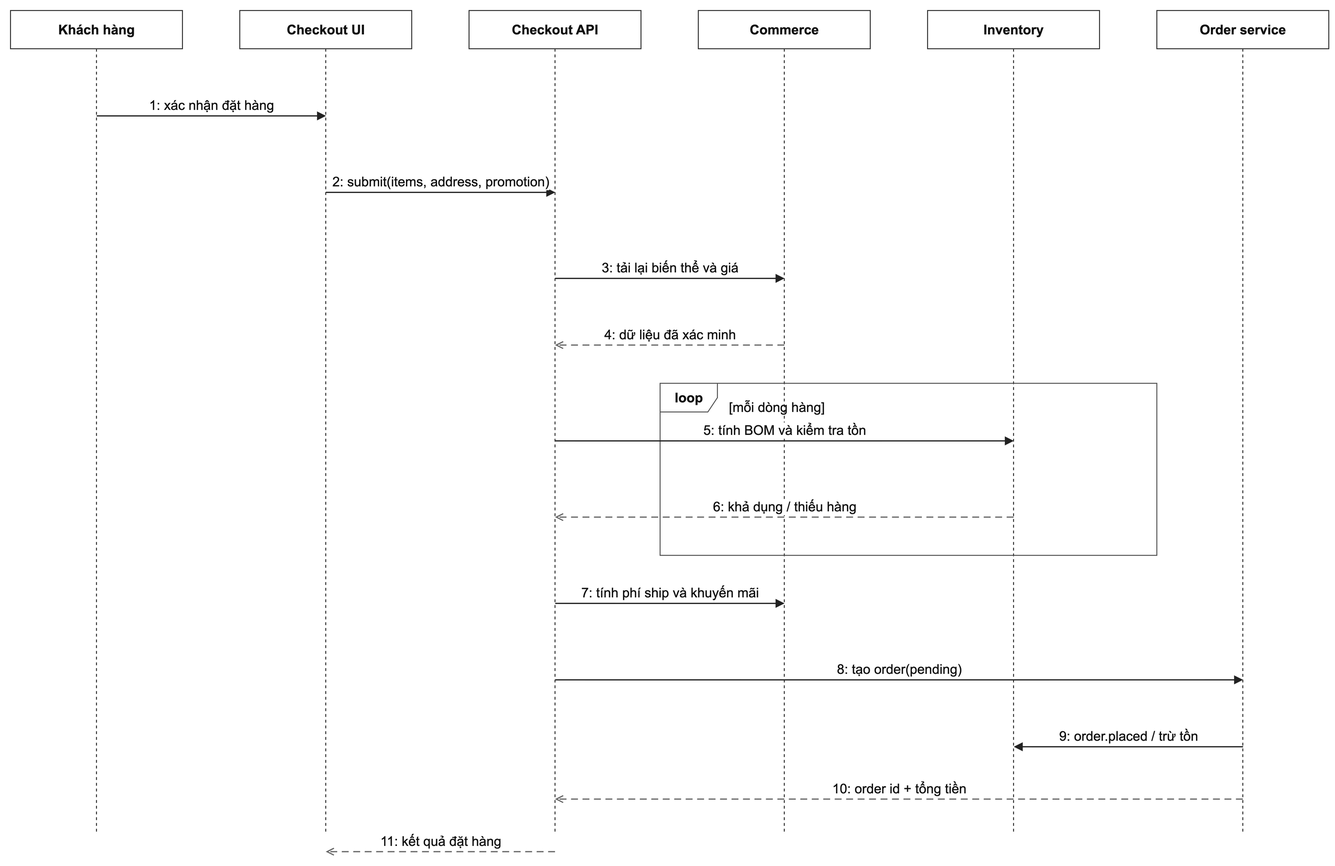
Before: docs/report/images/checkout-sequence.drawio.png, a diagram exported from draw.io (pathust/mong.fruitboxz). Source tidied: cells renumbered, new cells last; positions are measured from the earlier drawing's top-left corner, leaving out a move shared by most shapes. The source it was exported from:
```xml
<mxGraphModel>
  <root>
    <mxCell id="0" />
    <mxCell id="1" parent="0" />
    <mxCell id="2" value="Khách hàng" style="shape=umlLifeline;perimeter=lifelinePerimeter;whiteSpace=wrap;html=1;fillColor=#FFFFFF;strokeColor=#333333;fontStyle=1;fontFamily=Arial;fontSize=14;fontColor=#111111;" parent="1" vertex="1">
      <mxGeometry width="180" height="860" as="geometry" />
    </mxCell>
    <mxCell id="3" value="Checkout UI" style="shape=umlLifeline;perimeter=lifelinePerimeter;whiteSpace=wrap;html=1;fillColor=#FFFFFF;strokeColor=#333333;fontStyle=1;fontFamily=Arial;fontSize=14;fontColor=#111111;" parent="1" vertex="1">
      <mxGeometry x="240" width="180" height="860" as="geometry" />
    </mxCell>
    <mxCell id="4" value="Checkout API" style="shape=umlLifeline;perimeter=lifelinePerimeter;whiteSpace=wrap;html=1;fillColor=#FFFFFF;strokeColor=#333333;fontStyle=1;fontFamily=Arial;fontSize=14;fontColor=#111111;" parent="1" vertex="1">
      <mxGeometry x="480" width="180" height="860" as="geometry" />
    </mxCell>
    <mxCell id="5" value="Commerce" style="shape=umlLifeline;perimeter=lifelinePerimeter;whiteSpace=wrap;html=1;fillColor=#FFFFFF;strokeColor=#333333;fontStyle=1;fontFamily=Arial;fontSize=14;fontColor=#111111;" parent="1" vertex="1">
      <mxGeometry x="720" width="180" height="860" as="geometry" />
    </mxCell>
    <mxCell id="6" value="Inventory" style="shape=umlLifeline;perimeter=lifelinePerimeter;whiteSpace=wrap;html=1;fillColor=#FFFFFF;strokeColor=#333333;fontStyle=1;fontFamily=Arial;fontSize=14;fontColor=#111111;" parent="1" vertex="1">
      <mxGeometry x="960" width="180" height="860" as="geometry" />
    </mxCell>
    <mxCell id="7" value="Order service" style="shape=umlLifeline;perimeter=lifelinePerimeter;whiteSpace=wrap;html=1;fillColor=#FFFFFF;strokeColor=#333333;fontStyle=1;fontFamily=Arial;fontSize=14;fontColor=#111111;" parent="1" vertex="1">
      <mxGeometry x="1200" width="180" height="860" as="geometry" />
    </mxCell>
    <mxCell id="8" value="1: xác nhận đặt hàng" style="html=1;verticalAlign=bottom;endArrow=block;endFill=1;strokeColor=#222222;strokeWidth=1.3;fontFamily=Arial;fontSize=14;fontColor=#111111;" parent="1" edge="1">
      <mxGeometry relative="1" as="geometry">
        <mxPoint x="90" y="110" as="sourcePoint" />
        <mxPoint x="330" y="110" as="targetPoint" />
      </mxGeometry>
    </mxCell>
    <mxCell id="9" value="2: submit(items, address, promotion)" style="html=1;verticalAlign=bottom;endArrow=block;endFill=1;strokeColor=#222222;strokeWidth=1.3;fontFamily=Arial;fontSize=14;fontColor=#111111;" parent="1" edge="1">
      <mxGeometry relative="1" as="geometry">
        <mxPoint x="330" y="190" as="sourcePoint" />
        <mxPoint x="570" y="190" as="targetPoint" />
      </mxGeometry>
    </mxCell>
    <mxCell id="10" value="3: tải lại biến thể và giá" style="html=1;verticalAlign=bottom;endArrow=block;endFill=1;strokeColor=#222222;strokeWidth=1.3;fontFamily=Arial;fontSize=14;fontColor=#111111;" parent="1" edge="1">
      <mxGeometry relative="1" as="geometry">
        <mxPoint x="570" y="280" as="sourcePoint" />
        <mxPoint x="810" y="280" as="targetPoint" />
      </mxGeometry>
    </mxCell>
    <mxCell id="11" value="4: dữ liệu đã xác minh" style="html=1;verticalAlign=bottom;endArrow=open;endFill=0;dashed=1;dashPattern=6 4;strokeColor=#666666;strokeWidth=1.2;fontFamily=Arial;fontSize=14;fontColor=#111111;" parent="1" edge="1">
      <mxGeometry relative="1" as="geometry">
        <mxPoint x="810" y="350" as="sourcePoint" />
        <mxPoint x="570" y="350" as="targetPoint" />
      </mxGeometry>
    </mxCell>
    <mxCell id="12" value="loop" style="shape=umlFrame;whiteSpace=wrap;html=1;fillColor=none;strokeColor=#555555;fontStyle=1;fontFamily=Arial;fontSize=14;fontColor=#111111;" parent="1" vertex="1">
      <mxGeometry x="680" y="390" width="520" height="180" as="geometry" />
    </mxCell>
    <mxCell id="13" value="[mỗi dòng hàng]" style="text;html=1;align=left;verticalAlign=middle;fontFamily=Arial;fontSize=14;fontColor=#111111;" parent="1" vertex="1">
      <mxGeometry x="750" y="400" width="180" height="30" as="geometry" />
    </mxCell>
    <mxCell id="14" value="5: tính BOM và kiểm tra tồn" style="html=1;verticalAlign=bottom;endArrow=block;endFill=1;strokeColor=#222222;strokeWidth=1.3;fontFamily=Arial;fontSize=14;fontColor=#111111;" parent="1" edge="1">
      <mxGeometry relative="1" as="geometry">
        <mxPoint x="570" y="450" as="sourcePoint" />
        <mxPoint x="1050" y="450" as="targetPoint" />
      </mxGeometry>
    </mxCell>
    <mxCell id="15" value="6: khả dụng / thiếu hàng" style="html=1;verticalAlign=bottom;endArrow=open;endFill=0;dashed=1;dashPattern=6 4;strokeColor=#666666;strokeWidth=1.2;fontFamily=Arial;fontSize=14;fontColor=#111111;" parent="1" edge="1">
      <mxGeometry relative="1" as="geometry">
        <mxPoint x="1050" y="530" as="sourcePoint" />
        <mxPoint x="570" y="530" as="targetPoint" />
      </mxGeometry>
    </mxCell>
    <mxCell id="16" value="7: tính phí ship và khuyến mãi" style="html=1;verticalAlign=bottom;endArrow=block;endFill=1;strokeColor=#222222;strokeWidth=1.3;fontFamily=Arial;fontSize=14;fontColor=#111111;" parent="1" edge="1">
      <mxGeometry relative="1" as="geometry">
        <mxPoint x="570" y="620" as="sourcePoint" />
        <mxPoint x="810" y="620" as="targetPoint" />
      </mxGeometry>
    </mxCell>
    <mxCell id="17" value="8: tạo order(pending)" style="html=1;verticalAlign=bottom;endArrow=block;endFill=1;strokeColor=#222222;strokeWidth=1.3;fontFamily=Arial;fontSize=14;fontColor=#111111;" parent="1" edge="1">
      <mxGeometry relative="1" as="geometry">
        <mxPoint x="570" y="700" as="sourcePoint" />
        <mxPoint x="1290" y="700" as="targetPoint" />
      </mxGeometry>
    </mxCell>
    <mxCell id="18" value="9: order.placed / trừ tồn" style="html=1;verticalAlign=bottom;endArrow=block;endFill=1;strokeColor=#222222;strokeWidth=1.3;fontFamily=Arial;fontSize=14;fontColor=#111111;" parent="1" edge="1">
      <mxGeometry relative="1" as="geometry">
        <mxPoint x="1290" y="770" as="sourcePoint" />
        <mxPoint x="1050" y="770" as="targetPoint" />
      </mxGeometry>
    </mxCell>
    <mxCell id="19" value="10: order id + tổng tiền" style="html=1;verticalAlign=bottom;endArrow=open;endFill=0;dashed=1;dashPattern=6 4;strokeColor=#666666;strokeWidth=1.2;fontFamily=Arial;fontSize=14;fontColor=#111111;" parent="1" edge="1">
      <mxGeometry relative="1" as="geometry">
        <mxPoint x="1290" y="825" as="sourcePoint" />
        <mxPoint x="570" y="825" as="targetPoint" />
      </mxGeometry>
    </mxCell>
    <mxCell id="20" value="11: kết quả đặt hàng" style="html=1;verticalAlign=bottom;endArrow=open;endFill=0;dashed=1;dashPattern=6 4;strokeColor=#666666;strokeWidth=1.2;fontFamily=Arial;fontSize=14;fontColor=#111111;" parent="1" edge="1">
      <mxGeometry relative="1" as="geometry">
        <mxPoint x="570" y="880" as="sourcePoint" />
        <mxPoint x="330" y="880" as="targetPoint" />
      </mxGeometry>
    </mxCell>
  </root>
</mxGraphModel>
```
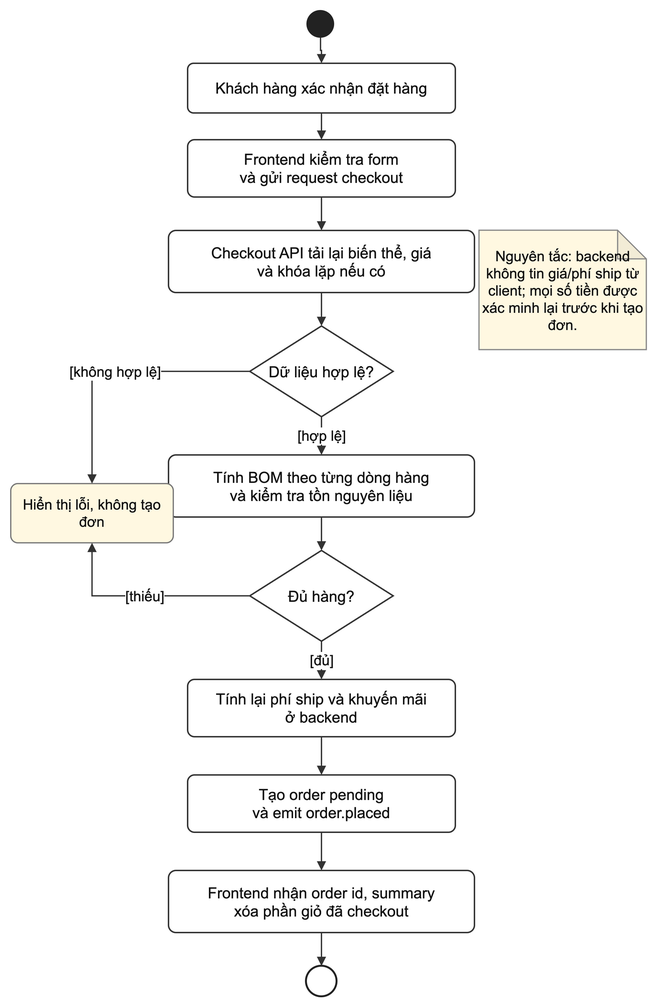
After the commit.

The edit, as a diff of the source:
```diff
@@ -2,95 +2,88 @@
   <root>
     <mxCell id="0" />
     <mxCell id="1" parent="0" />
-    <mxCell id="2" value="Khách hàng" style="shape=umlLifeline;perimeter=lifelinePerimeter;whiteSpace=wrap;html=1;fillColor=#FFFFFF;strokeColor=#333333;fontStyle=1;fontFamily=Arial;fontSize=14;fontColor=#111111;" parent="1" vertex="1">
-      <mxGeometry width="180" height="860" as="geometry" />
-    </mxCell>
-    <mxCell id="3" value="Checkout UI" style="shape=umlLifeline;perimeter=lifelinePerimeter;whiteSpace=wrap;html=1;fillColor=#FFFFFF;strokeColor=#333333;fontStyle=1;fontFamily=Arial;fontSize=14;fontColor=#111111;" parent="1" vertex="1">
-      <mxGeometry x="240" width="180" height="860" as="geometry" />
-    </mxCell>
-    <mxCell id="4" value="Checkout API" style="shape=umlLifeline;perimeter=lifelinePerimeter;whiteSpace=wrap;html=1;fillColor=#FFFFFF;strokeColor=#333333;fontStyle=1;fontFamily=Arial;fontSize=14;fontColor=#111111;" parent="1" vertex="1">
-      <mxGeometry x="480" width="180" height="860" as="geometry" />
-    </mxCell>
-    <mxCell id="5" value="Commerce" style="shape=umlLifeline;perimeter=lifelinePerimeter;whiteSpace=wrap;html=1;fillColor=#FFFFFF;strokeColor=#333333;fontStyle=1;fontFamily=Arial;fontSize=14;fontColor=#111111;" parent="1" vertex="1">
-      <mxGeometry x="720" width="180" height="860" as="geometry" />
-    </mxCell>
-    <mxCell id="6" value="Inventory" style="shape=umlLifeline;perimeter=lifelinePerimeter;whiteSpace=wrap;html=1;fillColor=#FFFFFF;strokeColor=#333333;fontStyle=1;fontFamily=Arial;fontSize=14;fontColor=#111111;" parent="1" vertex="1">
-      <mxGeometry x="960" width="180" height="860" as="geometry" />
-    </mxCell>
-    <mxCell id="7" value="Order service" style="shape=umlLifeline;perimeter=lifelinePerimeter;whiteSpace=wrap;html=1;fillColor=#FFFFFF;strokeColor=#333333;fontStyle=1;fontFamily=Arial;fontSize=14;fontColor=#111111;" parent="1" vertex="1">
-      <mxGeometry x="1200" width="180" height="860" as="geometry" />
-    </mxCell>
-    <mxCell id="8" value="1: xác nhận đặt hàng" style="html=1;verticalAlign=bottom;endArrow=block;endFill=1;strokeColor=#222222;strokeWidth=1.3;fontFamily=Arial;fontSize=14;fontColor=#111111;" parent="1" edge="1">
-      <mxGeometry relative="1" as="geometry">
-        <mxPoint x="90" y="110" as="sourcePoint" />
-        <mxPoint x="330" y="110" as="targetPoint" />
-      </mxGeometry>
-    </mxCell>
-    <mxCell id="9" value="2: submit(items, address, promotion)" style="html=1;verticalAlign=bottom;endArrow=block;endFill=1;strokeColor=#222222;strokeWidth=1.3;fontFamily=Arial;fontSize=14;fontColor=#111111;" parent="1" edge="1">
-      <mxGeometry relative="1" as="geometry">
-        <mxPoint x="330" y="190" as="sourcePoint" />
-        <mxPoint x="570" y="190" as="targetPoint" />
-      </mxGeometry>
-    </mxCell>
-    <mxCell id="10" value="3: tải lại biến thể và giá" style="html=1;verticalAlign=bottom;endArrow=block;endFill=1;strokeColor=#222222;strokeWidth=1.3;fontFamily=Arial;fontSize=14;fontColor=#111111;" parent="1" edge="1">
-      <mxGeometry relative="1" as="geometry">
-        <mxPoint x="570" y="280" as="sourcePoint" />
-        <mxPoint x="810" y="280" as="targetPoint" />
-      </mxGeometry>
-    </mxCell>
-    <mxCell id="11" value="4: dữ liệu đã xác minh" style="html=1;verticalAlign=bottom;endArrow=open;endFill=0;dashed=1;dashPattern=6 4;strokeColor=#666666;strokeWidth=1.2;fontFamily=Arial;fontSize=14;fontColor=#111111;" parent="1" edge="1">
-      <mxGeometry relative="1" as="geometry">
-        <mxPoint x="810" y="350" as="sourcePoint" />
-        <mxPoint x="570" y="350" as="targetPoint" />
-      </mxGeometry>
-    </mxCell>
-    <mxCell id="12" value="loop" style="shape=umlFrame;whiteSpace=wrap;html=1;fillColor=none;strokeColor=#555555;fontStyle=1;fontFamily=Arial;fontSize=14;fontColor=#111111;" parent="1" vertex="1">
-      <mxGeometry x="680" y="390" width="520" height="180" as="geometry" />
-    </mxCell>
-    <mxCell id="13" value="[mỗi dòng hàng]" style="text;html=1;align=left;verticalAlign=middle;fontFamily=Arial;fontSize=14;fontColor=#111111;" parent="1" vertex="1">
-      <mxGeometry x="750" y="400" width="180" height="30" as="geometry" />
-    </mxCell>
-    <mxCell id="14" value="5: tính BOM và kiểm tra tồn" style="html=1;verticalAlign=bottom;endArrow=block;endFill=1;strokeColor=#222222;strokeWidth=1.3;fontFamily=Arial;fontSize=14;fontColor=#111111;" parent="1" edge="1">
-      <mxGeometry relative="1" as="geometry">
-        <mxPoint x="570" y="450" as="sourcePoint" />
-        <mxPoint x="1050" y="450" as="targetPoint" />
-      </mxGeometry>
-    </mxCell>
-    <mxCell id="15" value="6: khả dụng / thiếu hàng" style="html=1;verticalAlign=bottom;endArrow=open;endFill=0;dashed=1;dashPattern=6 4;strokeColor=#666666;strokeWidth=1.2;fontFamily=Arial;fontSize=14;fontColor=#111111;" parent="1" edge="1">
-      <mxGeometry relative="1" as="geometry">
-        <mxPoint x="1050" y="530" as="sourcePoint" />
-        <mxPoint x="570" y="530" as="targetPoint" />
-      </mxGeometry>
-    </mxCell>
-    <mxCell id="16" value="7: tính phí ship và khuyến mãi" style="html=1;verticalAlign=bottom;endArrow=block;endFill=1;strokeColor=#222222;strokeWidth=1.3;fontFamily=Arial;fontSize=14;fontColor=#111111;" parent="1" edge="1">
-      <mxGeometry relative="1" as="geometry">
-        <mxPoint x="570" y="620" as="sourcePoint" />
-        <mxPoint x="810" y="620" as="targetPoint" />
-      </mxGeometry>
-    </mxCell>
-    <mxCell id="17" value="8: tạo order(pending)" style="html=1;verticalAlign=bottom;endArrow=block;endFill=1;strokeColor=#222222;strokeWidth=1.3;fontFamily=Arial;fontSize=14;fontColor=#111111;" parent="1" edge="1">
-      <mxGeometry relative="1" as="geometry">
-        <mxPoint x="570" y="700" as="sourcePoint" />
-        <mxPoint x="1290" y="700" as="targetPoint" />
-      </mxGeometry>
-    </mxCell>
-    <mxCell id="18" value="9: order.placed / trừ tồn" style="html=1;verticalAlign=bottom;endArrow=block;endFill=1;strokeColor=#222222;strokeWidth=1.3;fontFamily=Arial;fontSize=14;fontColor=#111111;" parent="1" edge="1">
-      <mxGeometry relative="1" as="geometry">
-        <mxPoint x="1290" y="770" as="sourcePoint" />
-        <mxPoint x="1050" y="770" as="targetPoint" />
-      </mxGeometry>
-    </mxCell>
-    <mxCell id="19" value="10: order id + tổng tiền" style="html=1;verticalAlign=bottom;endArrow=open;endFill=0;dashed=1;dashPattern=6 4;strokeColor=#666666;strokeWidth=1.2;fontFamily=Arial;fontSize=14;fontColor=#111111;" parent="1" edge="1">
-      <mxGeometry relative="1" as="geometry">
-        <mxPoint x="1290" y="825" as="sourcePoint" />
-        <mxPoint x="570" y="825" as="targetPoint" />
-      </mxGeometry>
-    </mxCell>
-    <mxCell id="20" value="11: kết quả đặt hàng" style="html=1;verticalAlign=bottom;endArrow=open;endFill=0;dashed=1;dashPattern=6 4;strokeColor=#666666;strokeWidth=1.2;fontFamily=Arial;fontSize=14;fontColor=#111111;" parent="1" edge="1">
-      <mxGeometry relative="1" as="geometry">
-        <mxPoint x="570" y="880" as="sourcePoint" />
-        <mxPoint x="330" y="880" as="targetPoint" />
-      </mxGeometry>
-    </mxCell>
+    <mxCell id="21" style="ellipse;fillColor=#222222;strokeColor=#222222;" parent="1" vertex="1">
+      <mxGeometry x="325" y="-25" width="28" height="28" as="geometry" />
+    </mxCell>
+    <mxCell id="22" value="Khách hàng xác nhận đặt hàng" style="rounded=1;arcSize=12;whiteSpace=wrap;html=1;fillColor=#FFFFFF;strokeColor=#333333;strokeWidth=1.5;fontFamily=Arial;fontSize=16;fontColor=#111111;" parent="1" vertex="1">
+      <mxGeometry x="200" y="30" width="280" height="52" as="geometry" />
+    </mxCell>
+    <mxCell id="23" value="Frontend kiểm tra form&#10;và gửi request checkout" style="rounded=1;arcSize=12;whiteSpace=wrap;html=1;fillColor=#FFFFFF;strokeColor=#333333;strokeWidth=1.5;fontFamily=Arial;fontSize=16;fontColor=#111111;" parent="1" vertex="1">
+      <mxGeometry x="200" y="110" width="280" height="60" as="geometry" />
+    </mxCell>
+    <mxCell id="24" value="Checkout API tải lại biến thể, giá&#10;và khóa lặp nếu có" style="rounded=1;arcSize=12;whiteSpace=wrap;html=1;fillColor=#FFFFFF;strokeColor=#333333;strokeWidth=1.5;fontFamily=Arial;fontSize=16;fontColor=#111111;" parent="1" vertex="1">
+      <mxGeometry x="180" y="205" width="320" height="65" as="geometry" />
+    </mxCell>
+    <mxCell id="25" value="Dữ liệu hợp lệ?" style="rhombus;whiteSpace=wrap;html=1;fillColor=#FFFFFF;strokeColor=#333333;strokeWidth=1.5;fontFamily=Arial;fontSize=16;fontColor=#111111;" parent="1" vertex="1">
+      <mxGeometry x="265" y="305" width="150" height="95" as="geometry" />
+    </mxCell>
+    <mxCell id="26" value="Tính BOM theo từng dòng hàng&#10;và kiểm tra tồn nguyên liệu" style="rounded=1;arcSize=12;whiteSpace=wrap;html=1;fillColor=#FFFFFF;strokeColor=#333333;strokeWidth=1.5;fontFamily=Arial;fontSize=16;fontColor=#111111;" parent="1" vertex="1">
+      <mxGeometry x="180" y="440" width="320" height="65" as="geometry" />
+    </mxCell>
+    <mxCell id="27" value="Đủ hàng?" style="rhombus;whiteSpace=wrap;html=1;fillColor=#FFFFFF;strokeColor=#333333;strokeWidth=1.5;fontFamily=Arial;fontSize=16;fontColor=#111111;" parent="1" vertex="1">
+      <mxGeometry x="265" y="540" width="150" height="95" as="geometry" />
+    </mxCell>
+    <mxCell id="28" value="Tính lại phí ship và khuyến mãi&#10;ở backend" style="rounded=1;arcSize=12;whiteSpace=wrap;html=1;fillColor=#FFFFFF;strokeColor=#333333;strokeWidth=1.5;fontFamily=Arial;fontSize=16;fontColor=#111111;" parent="1" vertex="1">
+      <mxGeometry x="200" y="675" width="280" height="60" as="geometry" />
+    </mxCell>
+    <mxCell id="29" value="Tạo order pending&#10;và emit order.placed" style="rounded=1;arcSize=12;whiteSpace=wrap;html=1;fillColor=#FFFFFF;strokeColor=#333333;strokeWidth=1.5;fontFamily=Arial;fontSize=16;fontColor=#111111;" parent="1" vertex="1">
+      <mxGeometry x="200" y="775" width="280" height="60" as="geometry" />
+    </mxCell>
+    <mxCell id="30" value="Frontend nhận order id, summary&#10;xóa phần giỏ đã checkout" style="rounded=1;arcSize=12;whiteSpace=wrap;html=1;fillColor=#FFFFFF;strokeColor=#333333;strokeWidth=1.5;fontFamily=Arial;fontSize=16;fontColor=#111111;" parent="1" vertex="1">
+      <mxGeometry x="180" y="875" width="320" height="65" as="geometry" />
+    </mxCell>
+    <mxCell id="31" style="ellipse;fillColor=#FFFFFF;strokeColor=#222222;strokeWidth=2;double=1;" parent="1" vertex="1">
+      <mxGeometry x="324" y="975" width="32" height="32" as="geometry" />
+    </mxCell>
+    <mxCell id="32" value="Hiển thị lỗi, không tạo đơn" style="rounded=1;arcSize=12;whiteSpace=wrap;html=1;fillColor=#FFF8E1;strokeColor=#777777;strokeWidth=1.3;fontFamily=Arial;fontSize=15;fontColor=#111111;" parent="1" vertex="1">
+      <mxGeometry x="15" y="470" width="170" height="62" as="geometry" />
+    </mxCell>
+    <mxCell id="33" value="Nguyên tắc: backend không tin giá/phí ship từ client; mọi số tiền được xác minh lại trước khi tạo đơn." style="shape=note;whiteSpace=wrap;html=1;backgroundOutline=1;darkOpacity=0.05;fillColor=#FFF8E1;strokeColor=#888888;strokeWidth=1.2;fontFamily=Arial;fontSize=15;fontColor=#111111;" parent="1" vertex="1">
+      <mxGeometry x="505" y="205" width="175" height="125" as="geometry" />
+    </mxCell>
+    <mxCell id="34" style="edgeStyle=orthogonalEdgeStyle;rounded=0;html=1;endArrow=block;endFill=1;strokeColor=#333333;strokeWidth=1.4;" parent="1" edge="1" source="21" target="22">
+      <mxGeometry relative="1" as="geometry" />
+    </mxCell>
+    <mxCell id="35" style="edgeStyle=orthogonalEdgeStyle;rounded=0;html=1;endArrow=block;endFill=1;strokeColor=#333333;strokeWidth=1.4;" parent="1" edge="1" source="22" target="23">
+      <mxGeometry relative="1" as="geometry" />
+    </mxCell>
+    <mxCell id="36" style="edgeStyle=orthogonalEdgeStyle;rounded=0;html=1;endArrow=block;endFill=1;strokeColor=#333333;strokeWidth=1.4;" parent="1" edge="1" source="23" target="24">
+      <mxGeometry relative="1" as="geometry" />
+    </mxCell>
+    <mxCell id="37" style="edgeStyle=orthogonalEdgeStyle;rounded=0;html=1;endArrow=block;endFill=1;strokeColor=#333333;strokeWidth=1.4;" parent="1" edge="1" source="24" target="25">
+      <mxGeometry relative="1" as="geometry" />
+    </mxCell>
+    <mxCell id="38" value="[hợp lệ]" style="edgeStyle=orthogonalEdgeStyle;rounded=0;html=1;endArrow=block;endFill=1;strokeColor=#333333;strokeWidth=1.4;fontFamily=Arial;fontSize=15;fontColor=#111111;" parent="1" edge="1" source="25" target="26">
+      <mxGeometry relative="1" as="geometry" />
+    </mxCell>
+    <mxCell id="39" value="[không hợp lệ]" style="edgeStyle=orthogonalEdgeStyle;rounded=0;html=1;endArrow=block;endFill=1;strokeColor=#333333;strokeWidth=1.4;fontFamily=Arial;fontSize=15;fontColor=#111111;" parent="1" edge="1" source="25" target="32">
+      <mxGeometry relative="1" as="geometry">
+        <Array as="points">
+          <mxPoint x="100" y="353" />
+        </Array>
+      </mxGeometry>
+    </mxCell>
+    <mxCell id="40" style="edgeStyle=orthogonalEdgeStyle;rounded=0;html=1;endArrow=block;endFill=1;strokeColor=#333333;strokeWidth=1.4;" parent="1" edge="1" source="26" target="27">
+      <mxGeometry relative="1" as="geometry" />
+    </mxCell>
+    <mxCell id="41" value="[đủ]" style="edgeStyle=orthogonalEdgeStyle;rounded=0;html=1;endArrow=block;endFill=1;strokeColor=#333333;strokeWidth=1.4;fontFamily=Arial;fontSize=15;fontColor=#111111;" parent="1" edge="1" source="27" target="28">
+      <mxGeometry relative="1" as="geometry" />
+    </mxCell>
+    <mxCell id="42" value="[thiếu]" style="edgeStyle=orthogonalEdgeStyle;rounded=0;html=1;endArrow=block;endFill=1;strokeColor=#333333;strokeWidth=1.4;fontFamily=Arial;fontSize=15;fontColor=#111111;" parent="1" edge="1" source="27" target="32">
+      <mxGeometry relative="1" as="geometry">
+        <Array as="points">
+          <mxPoint x="100" y="588" />
+        </Array>
+      </mxGeometry>
+    </mxCell>
+    <mxCell id="43" style="edgeStyle=orthogonalEdgeStyle;rounded=0;html=1;endArrow=block;endFill=1;strokeColor=#333333;strokeWidth=1.4;" parent="1" edge="1" source="28" target="29">
+      <mxGeometry relative="1" as="geometry" />
+    </mxCell>
+    <mxCell id="44" style="edgeStyle=orthogonalEdgeStyle;rounded=0;html=1;endArrow=block;endFill=1;strokeColor=#333333;strokeWidth=1.4;" parent="1" edge="1" source="29" target="30">
+      <mxGeometry relative="1" as="geometry" />
+    </mxCell>
+    <mxCell id="45" style="edgeStyle=orthogonalEdgeStyle;rounded=0;html=1;endArrow=block;endFill=1;strokeColor=#333333;strokeWidth=1.4;" parent="1" edge="1" source="30" target="31">
+      <mxGeometry relative="1" as="geometry" />
+    </mxCell>
   </root>
 </mxGraphModel>
```
